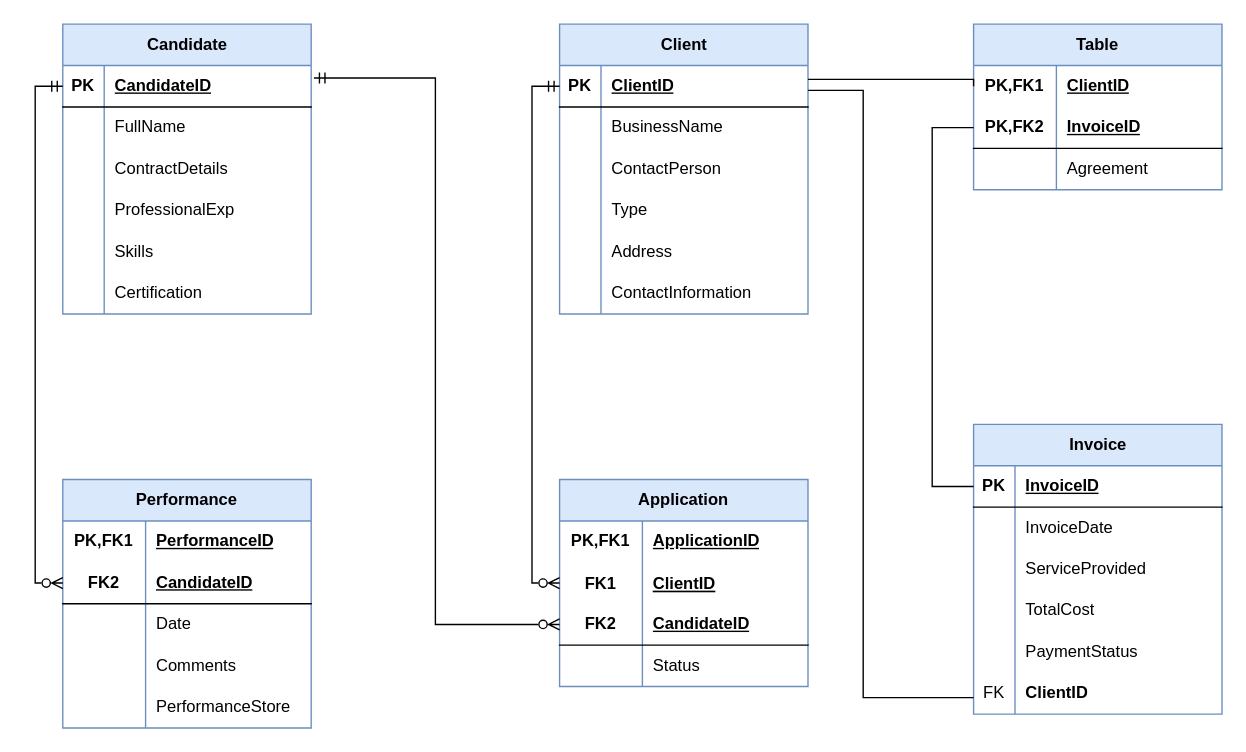
This is Untitled Diagram.drawio from JPGR11/DataBaseCompetition, a draw.io file, before an edit. Source tidied: cells renumbered, new cells numbered last; positions are measured from the earlier drawing's top-left corner, leaving out a move shared by most shapes. Both pictures are drawn from the tidied source at 138%, with x=0, y=0 at pixel (34, 23).
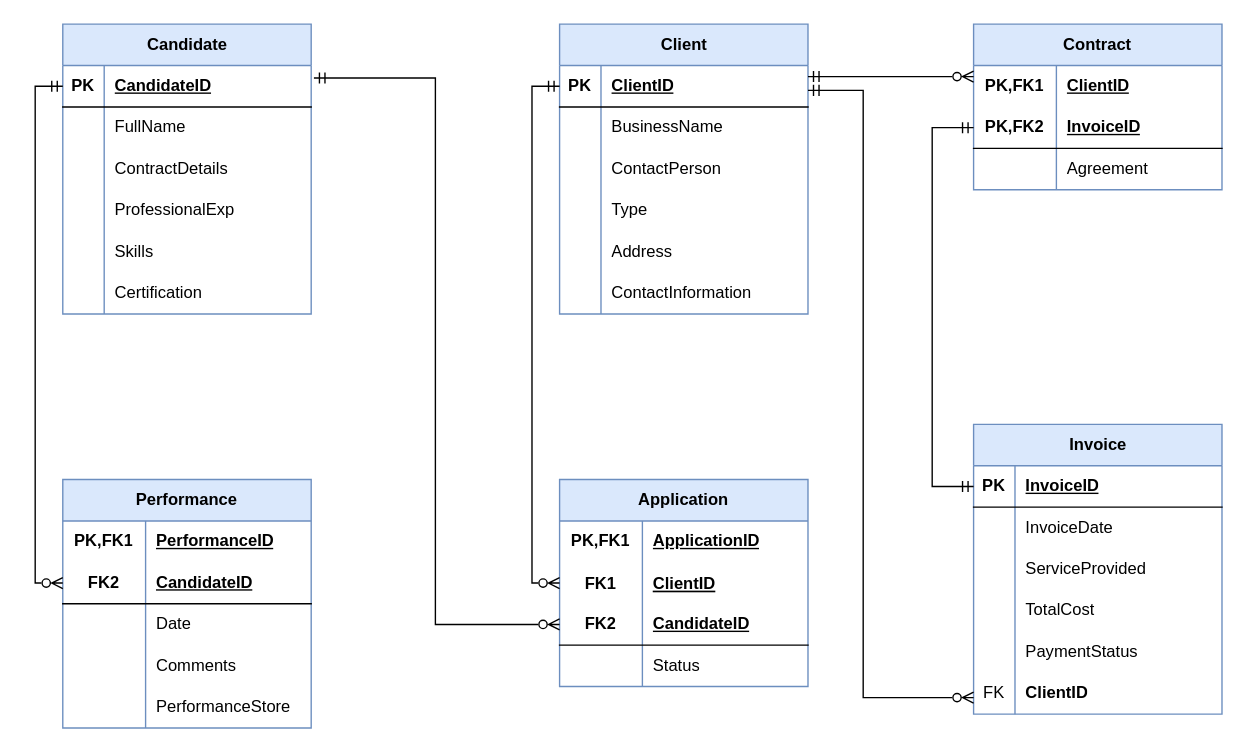
The same diagram, later.

The change refers to these unchanged cells:
```xml
<mxCell id="22" style="shape=tableRow;horizontal=0;startSize=0;swimlaneHead=0;swimlaneBody=0;fillColor=none;points=[[0,0.5],[1,0.5]];portConstraint=eastwest;top=0;left=0;right=0;bottom=1;" parent="21" vertex="1">
  <mxGeometry y="30" width="180" height="30" as="geometry" />
</mxCell>
<mxCell id="41" style="shape=tableRow;horizontal=0;startSize=0;swimlaneHead=0;swimlaneBody=0;fillColor=none;points=[[0,0.5],[1,0.5]];portConstraint=eastwest;top=0;left=0;right=0;bottom=1;" parent="40" vertex="1">
  <mxGeometry y="30" width="180" height="30" as="geometry" />
</mxCell>
<mxCell id="56" style="shape=tableRow;horizontal=0;startSize=0;swimlaneHead=0;swimlaneBody=0;fillColor=none;points=[[0,0.5],[1,0.5]];portConstraint=eastwest;top=0;left=0;right=0;bottom=0;" parent="40" vertex="1">
  <mxGeometry y="180" width="180" height="30" as="geometry" />
</mxCell>
<mxCell id="60" style="shape=tableRow;horizontal=0;startSize=0;swimlaneHead=0;swimlaneBody=0;fillColor=none;points=[[0,0.5],[1,0.5]];portConstraint=eastwest;top=0;left=0;right=0;bottom=0;html=1;" parent="59" vertex="1">
  <mxGeometry y="30" width="180" height="30" as="geometry" />
</mxCell>
<mxCell id="63" style="shape=tableRow;horizontal=0;startSize=0;swimlaneHead=0;swimlaneBody=0;fillColor=none;points=[[0,0.5],[1,0.5]];portConstraint=eastwest;top=0;left=0;right=0;bottom=1;html=1;" parent="59" vertex="1">
  <mxGeometry y="60" width="180" height="30" as="geometry" />
</mxCell>
```

Change to the diagram source:
```diff
@@
-    <mxCell id="59" value="Table" style="shape=table;startSize=30;childLayout=tableLayout;rowLines=0;fontStyle=1;align=center;html=1;whiteSpace=wrap;fillColor=#dae8fc;strokeColor=#6c8ebf;" parent="1" vertex="1">
+    <mxCell id="59" value="Contract" style="shape=table;startSize=30;childLayout=tableLayout;rowLines=0;fontStyle=1;align=center;html=1;whiteSpace=wrap;fillColor=#dae8fc;strokeColor=#6c8ebf;" parent="1" vertex="1">
       <mxGeometry x="680" width="180" height="120" as="geometry" />
     </mxCell>
@@
-    <mxCell id="101" style="edgeStyle=orthogonalEdgeStyle;rounded=0;jettySize=auto;html=1;entryX=1;entryY=0.5;entryDx=0;entryDy=0;endArrow=none;endFill=0;" parent="1" edge="1" source="56">
+    <mxCell id="101" style="edgeStyle=orthogonalEdgeStyle;rounded=0;jettySize=auto;html=1;entryX=1;entryY=0.5;entryDx=0;entryDy=0;endArrow=ERmandOne;endFill=0;startArrow=ERzeroToMany;startFill=0;" parent="1" edge="1" source="56">
       <mxGeometry relative="1" as="geometry">
         <mxPoint x="560" y="48" as="targetPoint" />
         <Array as="points">
           <mxPoint x="600" y="488" />
           <mxPoint x="600" y="48" />
         </Array>
       </mxGeometry>
     </mxCell>
-    <mxCell id="102" style="edgeStyle=orthogonalEdgeStyle;rounded=0;jettySize=auto;html=1;entryX=0;entryY=0.5;entryDx=0;entryDy=0;endArrow=none;endFill=0;" parent="1" edge="1" source="22" target="60">
-      <mxGeometry relative="1" as="geometry">
-        <Array as="points">
-          <mxPoint x="680" y="40" />
-        </Array>
-      </mxGeometry>
-    </mxCell>
-    <mxCell id="103" style="edgeStyle=orthogonalEdgeStyle;rounded=0;jettySize=auto;html=1;entryX=0;entryY=0.5;entryDx=0;entryDy=0;endArrow=none;endFill=0;" parent="1" edge="1" source="63" target="41">
+    <mxCell id="103" style="edgeStyle=orthogonalEdgeStyle;rounded=0;jettySize=auto;html=1;entryX=0;entryY=0.5;entryDx=0;entryDy=0;endArrow=ERmandOne;endFill=0;startArrow=ERmandOne;startFill=0;" parent="1" edge="1" source="63" target="41">
       <mxGeometry relative="1" as="geometry">
         <Array as="points">
           <mxPoint x="650" y="75" />
           <mxPoint x="650" y="335" />
         </Array>
       </mxGeometry>
     </mxCell>
+    <mxCell id="104" style="edgeStyle=orthogonalEdgeStyle;rounded=0;orthogonalLoop=1;jettySize=auto;html=1;entryX=0;entryY=0.5;entryDx=0;entryDy=0;endArrow=ERzeroToMany;endFill=0;startArrow=ERmandOne;startFill=0;" parent="1" edge="1">
+      <mxGeometry relative="1" as="geometry">
+        <mxPoint x="560" y="38" as="sourcePoint" />
+        <mxPoint x="680" y="38" as="targetPoint" />
+      </mxGeometry>
+    </mxCell>
```
